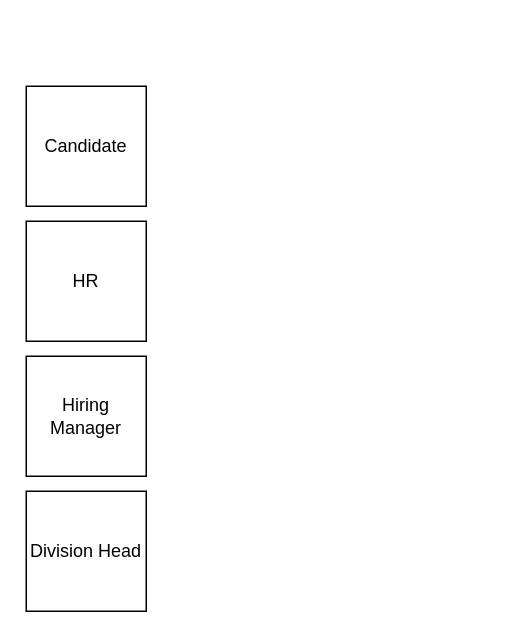
This is ATS AS IS.drawio from ryanliong/ToDoList, a draw.io file, before an edit. Source tidied: cells renumbered, new cells numbered last; positions are measured from the earlier drawing's top-left corner, leaving out a move shared by most shapes. Both pictures are drawn from the tidied source at 150%, with x=0, y=0 at pixel (26, 86).
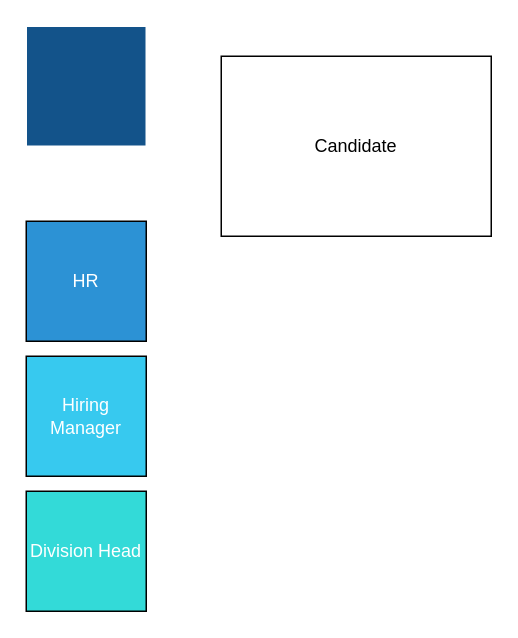
After the change.

Diff of the diagram source:
```diff
@@
 <mxGraphModel>
   <root>
     <mxCell id="0" />
     <mxCell id="1" parent="0" />
-    <mxCell id="2" value="Candidate" style="whiteSpace=wrap;html=1;" parent="1" vertex="1">
-      <mxGeometry width="80" height="80" as="geometry" />
+    <mxCell id="2" style="whiteSpace=wrap;html=1;fillColor=#13538A;strokeColor=#FFFFFF;" parent="1" vertex="1">
+      <mxGeometry y="-40" width="80" height="80" as="geometry" />
     </mxCell>
-    <mxCell id="3" value="HR" style="whiteSpace=wrap;html=1;" parent="1" vertex="1">
+    <mxCell id="3" value="&lt;font color=&quot;#ffffff&quot;&gt;HR&lt;/font&gt;" style="whiteSpace=wrap;html=1;fillColor=#2c92D5;" parent="1" vertex="1">
       <mxGeometry y="90" width="80" height="80" as="geometry" />
     </mxCell>
-    <mxCell id="4" value="Hiring Manager" style="whiteSpace=wrap;html=1;" parent="1" vertex="1">
+    <mxCell id="4" value="&lt;font color=&quot;#ffffff&quot;&gt;Hiring Manager&lt;/font&gt;" style="whiteSpace=wrap;html=1;fillColor=#37C9EF;" parent="1" vertex="1">
       <mxGeometry y="180" width="80" height="80" as="geometry" />
     </mxCell>
-    <mxCell id="5" value="Division Head" style="whiteSpace=wrap;html=1;" parent="1" vertex="1">
+    <mxCell id="5" value="&lt;font color=&quot;#ffffff&quot;&gt;Division Head&lt;/font&gt;" style="whiteSpace=wrap;html=1;fillColor=#33dad8;" parent="1" vertex="1">
       <mxGeometry y="270" width="80" height="80" as="geometry" />
     </mxCell>
+    <mxCell id="6" value="Candidate" style="rounded=0;whiteSpace=wrap;html=1;direction=south;" parent="1" vertex="1">
+      <mxGeometry x="130" y="-20" width="180" height="120" as="geometry" />
+    </mxCell>
   </root>
 </mxGraphModel>
```
